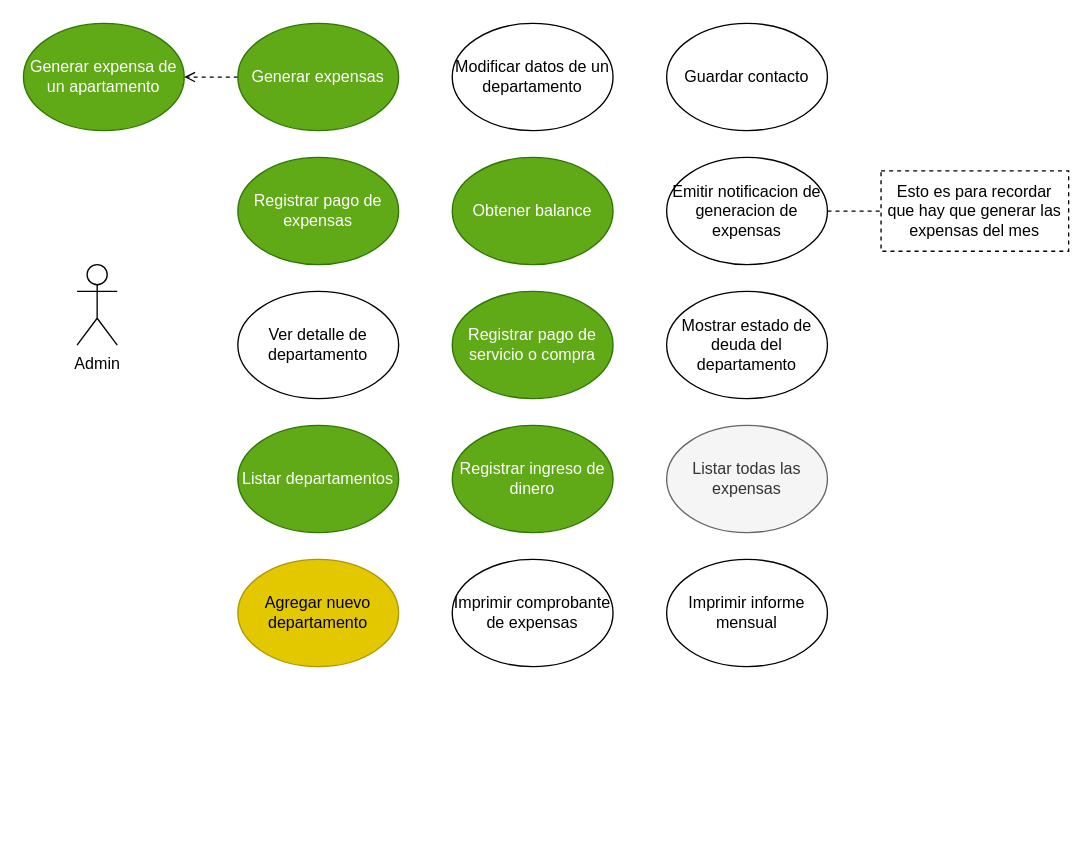
elmiguedev/expensoides keeps this draw.io diagram as docs/usecases.drawio. Above is the earlier version. Source tidied: cells renumbered, new cells numbered last; positions are measured from the earlier drawing's top-left corner, leaving out a move shared by most shapes. Both pictures are drawn from the tidied source at 134%, with x=0, y=0 at pixel (23, 23).
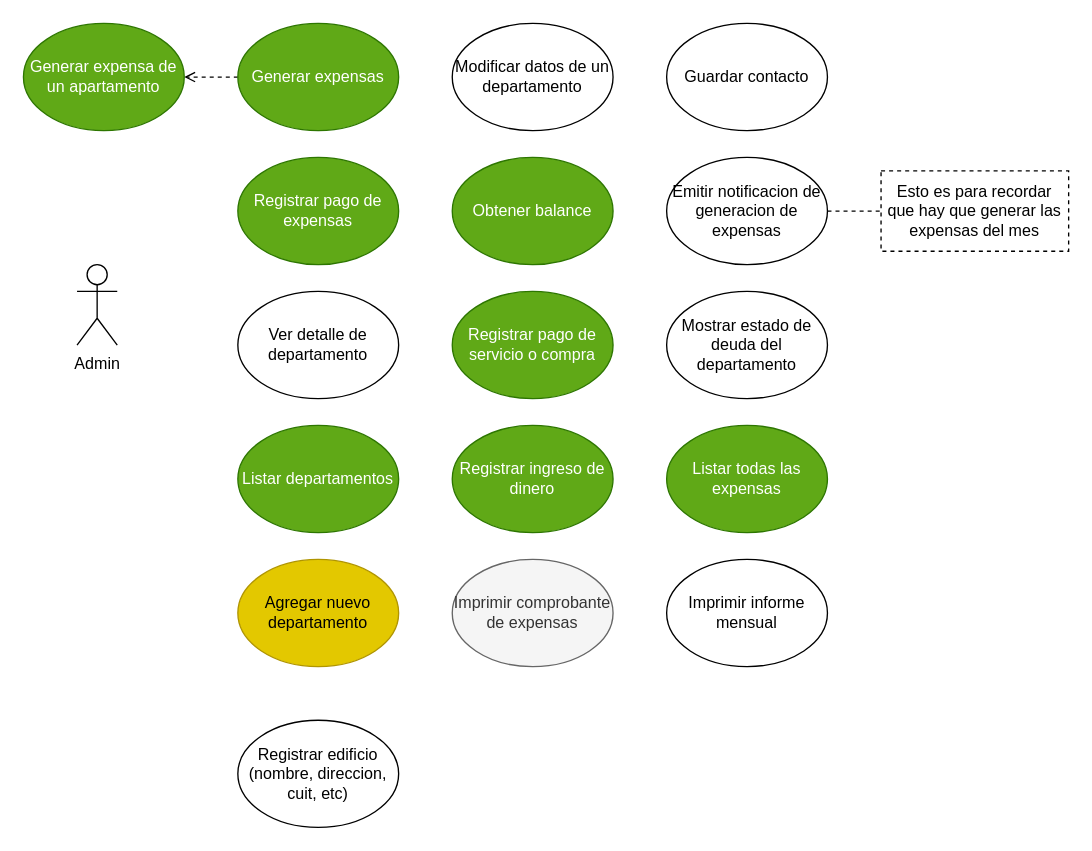
After the change.

Diff of the diagram source:
```diff
@@
-    <mxCell id="13" value="Imprimir comprobante de expensas" style="ellipse;whiteSpace=wrap;html=1;" parent="1" vertex="1">
+    <mxCell id="13" value="Imprimir comprobante de expensas" style="ellipse;whiteSpace=wrap;html=1;fillColor=#f5f5f5;fontColor=#333333;strokeColor=#666666;" parent="1" vertex="1">
       <mxGeometry x="320" y="400" width="120" height="80" as="geometry" />
     </mxCell>
@@
-    <mxCell id="22" value="Listar todas las expensas" style="ellipse;whiteSpace=wrap;html=1;fillColor=#f5f5f5;fontColor=#333333;strokeColor=#666666;" parent="1" vertex="1">
+    <mxCell id="22" value="Listar todas las expensas" style="ellipse;whiteSpace=wrap;html=1;fillColor=#60a917;fontColor=#ffffff;strokeColor=#2D7600;" parent="1" vertex="1">
       <mxGeometry x="480" y="300" width="120" height="80" as="geometry" />
     </mxCell>
+    <mxCell id="23" value="Registrar edificio&lt;br&gt;(nombre, direccion, cuit, etc)" style="ellipse;whiteSpace=wrap;html=1;" parent="1" vertex="1">
+      <mxGeometry x="160" y="520" width="120" height="80" as="geometry" />
+    </mxCell>
```
